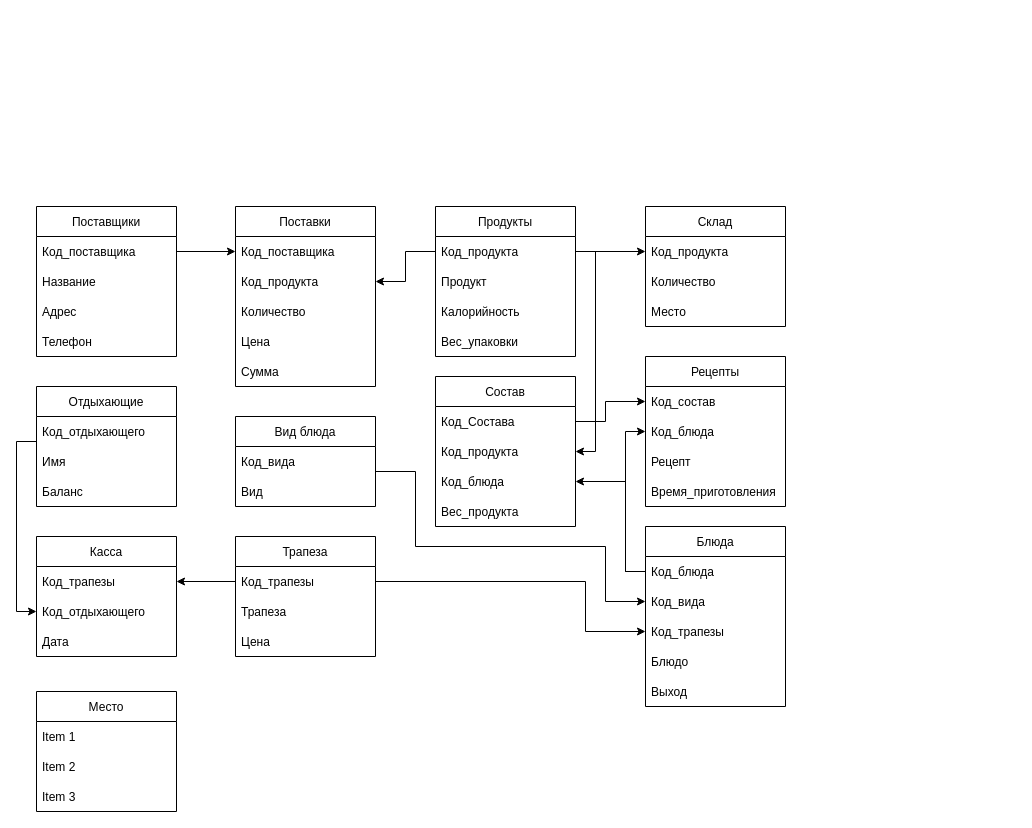
This is Untitled Diagram.drawio from lari5685/transfer, a draw.io file, before an edit. Source tidied: cells renumbered, new cells numbered last; positions are measured from the earlier drawing's top-left corner, leaving out a move shared by most shapes. Both pictures are drawn from the tidied source at 100%, with x=0, y=0 at pixel (16, 206).
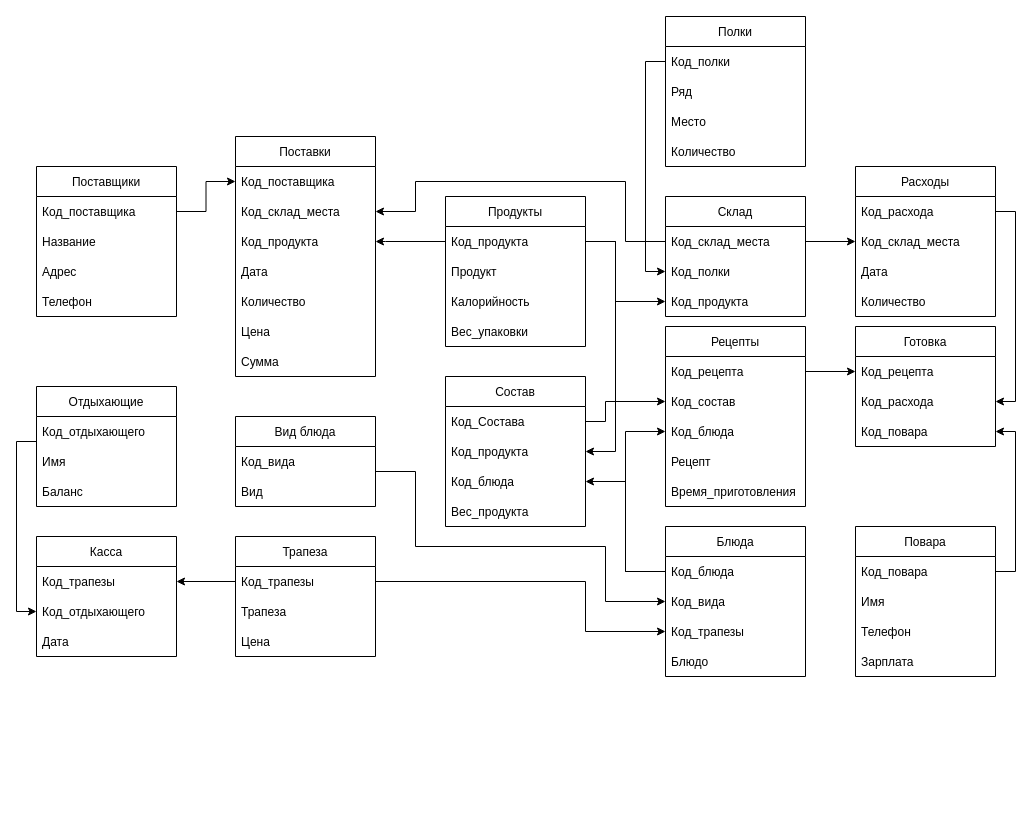
Above is the later version.

Unchanged cells that the change refers to:
```xml
<mxCell id="7" value="Код_поставщика" style="text;strokeColor=none;fillColor=none;align=left;verticalAlign=middle;spacingLeft=4;spacingRight=4;overflow=hidden;points=[[0,0.5],[1,0.5]];portConstraint=eastwest;" parent="6" vertex="1">
  <mxGeometry y="30" width="140" height="30" as="geometry" />
</mxCell>
<mxCell id="12" value="Код_поставщика" style="text;strokeColor=none;fillColor=none;align=left;verticalAlign=middle;spacingLeft=4;spacingRight=4;overflow=hidden;points=[[0,0.5],[1,0.5]];portConstraint=eastwest;" parent="11" vertex="1">
  <mxGeometry y="30" width="140" height="30" as="geometry" />
</mxCell>
<mxCell id="18" value="Код_продукта" style="text;strokeColor=none;fillColor=none;align=left;verticalAlign=middle;spacingLeft=4;spacingRight=4;overflow=hidden;points=[[0,0.5],[1,0.5]];portConstraint=eastwest;" parent="17" vertex="1">
  <mxGeometry y="30" width="140" height="30" as="geometry" />
</mxCell>
<mxCell id="49" value="Код_продукта" style="text;strokeColor=none;fillColor=none;align=left;verticalAlign=middle;spacingLeft=4;spacingRight=4;overflow=hidden;points=[[0,0.5],[1,0.5]];portConstraint=eastwest;" parent="47" vertex="1">
  <mxGeometry y="60" width="140" height="30" as="geometry" />
</mxCell>
```

The edit, as a diff of the source:
```diff
@@
     <mxCell id="2" value="Склад" style="swimlane;fontStyle=0;horizontal=1;startSize=30;" parent="1" vertex="1">
-      <mxGeometry x="629" width="140" height="120" as="geometry" />
+      <mxGeometry x="649" y="-10" width="140" height="120" as="geometry" />
     </mxCell>
+    <mxCell id="68" value="Код_склад_места" style="text;strokeColor=none;fillColor=none;align=left;verticalAlign=middle;spacingLeft=4;spacingRight=4;overflow=hidden;points=[[0,0.5],[1,0.5]];portConstraint=eastwest;" parent="2" vertex="1">
+      <mxGeometry y="30" width="140" height="30" as="geometry" />
+    </mxCell>
+    <mxCell id="69" value="Код_полки    " style="text;strokeColor=none;fillColor=none;align=left;verticalAlign=middle;spacingLeft=4;spacingRight=4;overflow=hidden;points=[[0,0.5],[1,0.5]];portConstraint=eastwest;" parent="2" vertex="1">
+      <mxGeometry y="60" width="140" height="30" as="geometry" />
+    </mxCell>
     <mxCell id="3" value="Код_продукта" style="text;strokeColor=none;fillColor=none;align=left;verticalAlign=middle;spacingLeft=4;spacingRight=4;overflow=hidden;points=[[0,0.5],[1,0.5]];portConstraint=eastwest;" parent="2" vertex="1">
-      <mxGeometry y="30" width="140" height="30" as="geometry" />
+      <mxGeometry y="90" width="140" height="30" as="geometry" />
     </mxCell>
-    <mxCell id="4" value="Количество" style="text;strokeColor=none;fillColor=none;align=left;verticalAlign=middle;spacingLeft=4;spacingRight=4;overflow=hidden;" parent="2" vertex="1">
-      <mxGeometry y="60" width="140" height="30" as="geometry" />
-    </mxCell>
-    <mxCell id="5" value="Место" style="text;strokeColor=none;fillColor=none;align=left;verticalAlign=middle;spacingLeft=4;spacingRight=4;overflow=hidden;" parent="2" vertex="1">
-      <mxGeometry y="90" width="140" height="30" as="geometry" />
-    </mxCell>
     <mxCell id="6" value="Поставщики" style="swimlane;fontStyle=0;horizontal=1;startSize=30;" parent="1" vertex="1">
-      <mxGeometry x="20" width="140" height="150" as="geometry" />
+      <mxGeometry x="20" y="-40" width="140" height="150" as="geometry" />
     </mxCell>
@@
     <mxCell id="11" value="Поставки" style="swimlane;fontStyle=0;horizontal=1;startSize=30;" parent="1" vertex="1">
-      <mxGeometry x="219" width="140" height="180" as="geometry" />
+      <mxGeometry x="219" y="-70" width="140" height="240" as="geometry" />
     </mxCell>
@@
+    <mxCell id="70" value="Код_склад_места" style="text;strokeColor=none;fillColor=none;align=left;verticalAlign=middle;spacingLeft=4;spacingRight=4;overflow=hidden;points=[[0,0.5],[1,0.5]];portConstraint=eastwest;" parent="11" vertex="1">
+      <mxGeometry y="60" width="140" height="30" as="geometry" />
+    </mxCell>
     <mxCell id="13" value="Код_продукта" style="text;strokeColor=none;fillColor=none;align=left;verticalAlign=middle;spacingLeft=4;spacingRight=4;overflow=hidden;points=[[0,0.5],[1,0.5]];portConstraint=eastwest;" parent="11" vertex="1">
-      <mxGeometry y="60" width="140" height="30" as="geometry" />
+      <mxGeometry y="90" width="140" height="30" as="geometry" />
     </mxCell>
+    <mxCell id="71" value="Дата" style="text;strokeColor=none;fillColor=none;align=left;verticalAlign=middle;spacingLeft=4;spacingRight=4;overflow=hidden;" parent="11" vertex="1">
+      <mxGeometry y="120" width="140" height="30" as="geometry" />
+    </mxCell>
     <mxCell id="14" value="Количество" style="text;strokeColor=none;fillColor=none;align=left;verticalAlign=middle;spacingLeft=4;spacingRight=4;overflow=hidden;" parent="11" vertex="1">
-      <mxGeometry y="90" width="140" height="30" as="geometry" />
+      <mxGeometry y="150" width="140" height="30" as="geometry" />
     </mxCell>
     <mxCell id="15" value="Цена" style="text;strokeColor=none;fillColor=none;align=left;verticalAlign=middle;spacingLeft=4;spacingRight=4;overflow=hidden;" parent="11" vertex="1">
-      <mxGeometry y="120" width="140" height="30" as="geometry" />
+      <mxGeometry y="180" width="140" height="30" as="geometry" />
     </mxCell>
     <mxCell id="16" value="Сумма" style="text;strokeColor=none;fillColor=none;align=left;verticalAlign=middle;spacingLeft=4;spacingRight=4;overflow=hidden;" parent="11" vertex="1">
-      <mxGeometry y="150" width="140" height="30" as="geometry" />
+      <mxGeometry y="210" width="140" height="30" as="geometry" />
     </mxCell>
     <mxCell id="17" value="Продукты" style="swimlane;fontStyle=0;horizontal=1;startSize=30;" parent="1" vertex="1">
-      <mxGeometry x="419" width="140" height="150" as="geometry" />
+      <mxGeometry x="429" y="-10" width="140" height="150" as="geometry" />
     </mxCell>
@@
     <mxCell id="22" value="Блюда" style="swimlane;fontStyle=0;horizontal=1;startSize=30;" parent="1" vertex="1">
-      <mxGeometry x="629" y="320" width="140" height="180" as="geometry" />
+      <mxGeometry x="649" y="320" width="140" height="150" as="geometry" />
     </mxCell>
@@
-    <mxCell id="27" value="Выход" style="text;strokeColor=none;fillColor=none;align=left;verticalAlign=middle;spacingLeft=4;spacingRight=4;overflow=hidden;" parent="22" vertex="1">
-      <mxGeometry y="150" width="140" height="30" as="geometry" />
-    </mxCell>
@@
     <mxCell id="32" value="Рецепты" style="swimlane;fontStyle=0;horizontal=1;startSize=30;" parent="1" vertex="1">
-      <mxGeometry x="629" y="150" width="140" height="150" as="geometry" />
+      <mxGeometry x="649" y="120" width="140" height="180" as="geometry" />
     </mxCell>
+    <mxCell id="72" value="Код_рецепта" style="text;strokeColor=none;fillColor=none;align=left;verticalAlign=middle;spacingLeft=4;spacingRight=4;overflow=hidden;points=[[0,0.5],[1,0.5]];portConstraint=eastwest;" parent="32" vertex="1">
+      <mxGeometry y="30" width="140" height="30" as="geometry" />
+    </mxCell>
     <mxCell id="33" value="Код_состав" style="text;strokeColor=none;fillColor=none;align=left;verticalAlign=middle;spacingLeft=4;spacingRight=4;overflow=hidden;points=[[0,0.5],[1,0.5]];portConstraint=eastwest;" parent="32" vertex="1">
-      <mxGeometry y="30" width="140" height="30" as="geometry" />
+      <mxGeometry y="60" width="140" height="30" as="geometry" />
     </mxCell>
     <mxCell id="34" value="Код_блюда" style="text;strokeColor=none;fillColor=none;align=left;verticalAlign=middle;spacingLeft=4;spacingRight=4;overflow=hidden;points=[[0,0.5],[1,0.5]];portConstraint=eastwest;" parent="32" vertex="1">
-      <mxGeometry y="60" width="140" height="30" as="geometry" />
+      <mxGeometry y="90" width="140" height="30" as="geometry" />
     </mxCell>
     <mxCell id="35" value="Рецепт" style="text;strokeColor=none;fillColor=none;align=left;verticalAlign=middle;spacingLeft=4;spacingRight=4;overflow=hidden;" parent="32" vertex="1">
-      <mxGeometry y="90" width="140" height="30" as="geometry" />
+      <mxGeometry y="120" width="140" height="30" as="geometry" />
     </mxCell>
     <mxCell id="36" value="Время_приготовления" style="text;strokeColor=none;fillColor=none;align=left;verticalAlign=middle;spacingLeft=4;spacingRight=4;overflow=hidden;" parent="32" vertex="1">
-      <mxGeometry y="120" width="140" height="30" as="geometry" />
+      <mxGeometry y="150" width="140" height="30" as="geometry" />
     </mxCell>
@@
-    <mxCell id="44" style="edgeStyle=orthogonalEdgeStyle;rounded=0;jettySize=auto;html=1;exitX=1;exitY=0.5;exitDx=0;exitDy=0;entryX=0;entryY=0.25;entryDx=0;entryDy=0;" parent="1" edge="1" source="7" target="11">
+    <mxCell id="44" style="edgeStyle=orthogonalEdgeStyle;rounded=0;jettySize=auto;html=1;exitX=1;exitY=0.5;exitDx=0;exitDy=0;entryX=0;entryY=0.5;entryDx=0;entryDy=0;" parent="1" edge="1" source="7" target="12">
       <mxGeometry relative="1" as="geometry" />
     </mxCell>
     <mxCell id="45" style="edgeStyle=orthogonalEdgeStyle;rounded=0;jettySize=auto;html=1;exitX=0;exitY=0.5;exitDx=0;exitDy=0;entryX=1;entryY=0.5;entryDx=0;entryDy=0;" parent="1" edge="1" source="18" target="13">
-      <mxGeometry relative="1" as="geometry" />
+      <mxGeometry relative="1" as="geometry">
+        <Array as="points">
+          <mxPoint x="369" y="35" />
+          <mxPoint x="369" y="35" />
+        </Array>
+      </mxGeometry>
     </mxCell>
     <mxCell id="46" style="edgeStyle=orthogonalEdgeStyle;rounded=0;jettySize=auto;html=1;exitX=1;exitY=0.5;exitDx=0;exitDy=0;entryX=0;entryY=0.5;entryDx=0;entryDy=0;" parent="1" edge="1" source="18" target="3">
-      <mxGeometry relative="1" as="geometry" />
+      <mxGeometry relative="1" as="geometry">
+        <Array as="points">
+          <mxPoint x="599" y="35" />
+          <mxPoint x="599" y="95" />
+        </Array>
+      </mxGeometry>
     </mxCell>
     <mxCell id="47" value="Состав" style="swimlane;fontStyle=0;horizontal=1;startSize=30;" parent="1" vertex="1">
-      <mxGeometry x="419" y="170" width="140" height="150" as="geometry" />
+      <mxGeometry x="429" y="170" width="140" height="150" as="geometry" />
     </mxCell>
@@
     <mxCell id="55" style="edgeStyle=orthogonalEdgeStyle;rounded=0;jettySize=auto;html=1;exitX=1;exitY=0.5;exitDx=0;exitDy=0;entryX=1;entryY=0.5;entryDx=0;entryDy=0;" parent="1" edge="1" source="18" target="49">
-      <mxGeometry relative="1" as="geometry" />
+      <mxGeometry relative="1" as="geometry">
+        <Array as="points">
+          <mxPoint x="599" y="35" />
+          <mxPoint x="599" y="245" />
+        </Array>
+      </mxGeometry>
     </mxCell>
@@
-    <mxCell id="64" value="Место" style="swimlane;fontStyle=0;horizontal=1;startSize=30;" parent="1" vertex="1">
-      <mxGeometry x="20" y="485" width="140" height="120" as="geometry" />
+    <mxCell id="64" value="Полки" style="swimlane;fontStyle=0;horizontal=1;startSize=30;" parent="1" vertex="1">
+      <mxGeometry x="649" y="-190" width="140" height="150" as="geometry" />
     </mxCell>
-    <mxCell id="65" value="Item 1" style="text;strokeColor=none;fillColor=none;align=left;verticalAlign=middle;spacingLeft=4;spacingRight=4;overflow=hidden;points=[[0,0.5],[1,0.5]];portConstraint=eastwest;" parent="64" vertex="1">
+    <mxCell id="65" value="Код_полки    " style="text;strokeColor=none;fillColor=none;align=left;verticalAlign=middle;spacingLeft=4;spacingRight=4;overflow=hidden;points=[[0,0.5],[1,0.5]];portConstraint=eastwest;" parent="64" vertex="1">
       <mxGeometry y="30" width="140" height="30" as="geometry" />
     </mxCell>
-    <mxCell id="66" value="Item 2" style="text;strokeColor=none;fillColor=none;align=left;verticalAlign=middle;spacingLeft=4;spacingRight=4;overflow=hidden;" parent="64" vertex="1">
+    <mxCell id="66" value="Ряд" style="text;strokeColor=none;fillColor=none;align=left;verticalAlign=middle;spacingLeft=4;spacingRight=4;overflow=hidden;" parent="64" vertex="1">
       <mxGeometry y="60" width="140" height="30" as="geometry" />
     </mxCell>
-    <mxCell id="67" value="Item 3" style="text;strokeColor=none;fillColor=none;align=left;verticalAlign=middle;spacingLeft=4;spacingRight=4;overflow=hidden;" parent="64" vertex="1">
+    <mxCell id="67" value="Место" style="text;strokeColor=none;fillColor=none;align=left;verticalAlign=middle;spacingLeft=4;spacingRight=4;overflow=hidden;" parent="64" vertex="1">
       <mxGeometry y="90" width="140" height="30" as="geometry" />
     </mxCell>
+    <mxCell id="4" value="Количество" style="text;strokeColor=none;fillColor=none;align=left;verticalAlign=middle;spacingLeft=4;spacingRight=4;overflow=hidden;" parent="64" vertex="1">
+      <mxGeometry y="120" width="140" height="30" as="geometry" />
+    </mxCell>
+    <mxCell id="73" value="Готовка" style="swimlane;fontStyle=0;horizontal=1;startSize=30;" parent="1" vertex="1">
+      <mxGeometry x="839" y="120" width="140" height="120" as="geometry" />
+    </mxCell>
+    <mxCell id="74" value="Код_рецепта" style="text;strokeColor=none;fillColor=none;align=left;verticalAlign=middle;spacingLeft=4;spacingRight=4;overflow=hidden;points=[[0,0.5],[1,0.5]];portConstraint=eastwest;" parent="73" vertex="1">
+      <mxGeometry y="30" width="140" height="30" as="geometry" />
+    </mxCell>
+    <mxCell id="75" value="Код_расхода" style="text;strokeColor=none;fillColor=none;align=left;verticalAlign=middle;spacingLeft=4;spacingRight=4;overflow=hidden;points=[[0,0.5],[1,0.5]];portConstraint=eastwest;" parent="73" vertex="1">
+      <mxGeometry y="60" width="140" height="30" as="geometry" />
+    </mxCell>
+    <mxCell id="76" value="Код_повара" style="text;strokeColor=none;fillColor=none;align=left;verticalAlign=middle;spacingLeft=4;spacingRight=4;overflow=hidden;points=[[0,0.5],[1,0.5]];portConstraint=eastwest;" parent="73" vertex="1">
+      <mxGeometry y="90" width="140" height="30" as="geometry" />
+    </mxCell>
+    <mxCell id="77" value="Повара" style="swimlane;fontStyle=0;horizontal=1;startSize=30;" parent="1" vertex="1">
+      <mxGeometry x="839" y="320" width="140" height="150" as="geometry" />
+    </mxCell>
+    <mxCell id="78" value="Код_повара" style="text;strokeColor=none;fillColor=none;align=left;verticalAlign=middle;spacingLeft=4;spacingRight=4;overflow=hidden;points=[[0,0.5],[1,0.5]];portConstraint=eastwest;" parent="77" vertex="1">
+      <mxGeometry y="30" width="140" height="30" as="geometry" />
+    </mxCell>
+    <mxCell id="79" value="Имя" style="text;strokeColor=none;fillColor=none;align=left;verticalAlign=middle;spacingLeft=4;spacingRight=4;overflow=hidden;" parent="77" vertex="1">
+      <mxGeometry y="60" width="140" height="30" as="geometry" />
+    </mxCell>
+    <mxCell id="80" value="Телефон" style="text;strokeColor=none;fillColor=none;align=left;verticalAlign=middle;spacingLeft=4;spacingRight=4;overflow=hidden;" parent="77" vertex="1">
+      <mxGeometry y="90" width="140" height="30" as="geometry" />
+    </mxCell>
+    <mxCell id="81" value="Зарплата" style="text;strokeColor=none;fillColor=none;align=left;verticalAlign=middle;spacingLeft=4;spacingRight=4;overflow=hidden;" parent="77" vertex="1">
+      <mxGeometry y="120" width="140" height="30" as="geometry" />
+    </mxCell>
+    <mxCell id="82" style="edgeStyle=orthogonalEdgeStyle;rounded=0;jettySize=auto;html=1;exitX=1;exitY=0.5;exitDx=0;exitDy=0;entryX=1;entryY=0.5;entryDx=0;entryDy=0;" parent="1" edge="1" source="78" target="76">
+      <mxGeometry relative="1" as="geometry" />
+    </mxCell>
+    <mxCell id="83" style="edgeStyle=orthogonalEdgeStyle;rounded=0;jettySize=auto;html=1;exitX=1;exitY=0.5;exitDx=0;exitDy=0;entryX=0;entryY=0.5;entryDx=0;entryDy=0;" parent="1" edge="1" source="72" target="74">
+      <mxGeometry relative="1" as="geometry" />
+    </mxCell>
+    <mxCell id="84" value="Расходы" style="swimlane;fontStyle=0;horizontal=1;startSize=30;" parent="1" vertex="1">
+      <mxGeometry x="839" y="-40" width="140" height="150" as="geometry" />
+    </mxCell>
+    <mxCell id="85" value="Код_расхода" style="text;strokeColor=none;fillColor=none;align=left;verticalAlign=middle;spacingLeft=4;spacingRight=4;overflow=hidden;points=[[0,0.5],[1,0.5]];portConstraint=eastwest;" parent="84" vertex="1">
+      <mxGeometry y="30" width="140" height="30" as="geometry" />
+    </mxCell>
+    <mxCell id="86" value="Код_склад_места" style="text;strokeColor=none;fillColor=none;align=left;verticalAlign=middle;spacingLeft=4;spacingRight=4;overflow=hidden;points=[[0,0.5],[1,0.5]];portConstraint=eastwest;" parent="84" vertex="1">
+      <mxGeometry y="60" width="140" height="30" as="geometry" />
+    </mxCell>
+    <mxCell id="87" value="Дата" style="text;strokeColor=none;fillColor=none;align=left;verticalAlign=middle;spacingLeft=4;spacingRight=4;overflow=hidden;" parent="84" vertex="1">
+      <mxGeometry y="90" width="140" height="30" as="geometry" />
+    </mxCell>
+    <mxCell id="88" value="Количество" style="text;strokeColor=none;fillColor=none;align=left;verticalAlign=middle;spacingLeft=4;spacingRight=4;overflow=hidden;" parent="84" vertex="1">
+      <mxGeometry y="120" width="140" height="30" as="geometry" />
+    </mxCell>
+    <mxCell id="89" style="edgeStyle=orthogonalEdgeStyle;rounded=0;jettySize=auto;html=1;exitX=1;exitY=0.5;exitDx=0;exitDy=0;entryX=0;entryY=0.5;entryDx=0;entryDy=0;" parent="1" edge="1" source="68" target="86">
+      <mxGeometry relative="1" as="geometry" />
+    </mxCell>
+    <mxCell id="90" style="edgeStyle=orthogonalEdgeStyle;rounded=0;jettySize=auto;html=1;exitX=1;exitY=0.5;exitDx=0;exitDy=0;entryX=1;entryY=0.5;entryDx=0;entryDy=0;" parent="1" edge="1" source="85" target="75">
+      <mxGeometry relative="1" as="geometry" />
+    </mxCell>
+    <mxCell id="91" style="edgeStyle=orthogonalEdgeStyle;rounded=0;jettySize=auto;html=1;exitX=0;exitY=0.5;exitDx=0;exitDy=0;entryX=1;entryY=0.5;entryDx=0;entryDy=0;" parent="1" edge="1" source="68" target="70">
+      <mxGeometry relative="1" as="geometry">
+        <Array as="points">
+          <mxPoint x="609" y="35" />
+          <mxPoint x="609" y="-25" />
+          <mxPoint x="399" y="-25" />
+          <mxPoint x="399" y="5" />
+        </Array>
+      </mxGeometry>
+    </mxCell>
+    <mxCell id="92" style="edgeStyle=orthogonalEdgeStyle;rounded=0;jettySize=auto;html=1;exitX=0;exitY=0.5;exitDx=0;exitDy=0;entryX=0;entryY=0.5;entryDx=0;entryDy=0;" parent="1" edge="1" source="65" target="69">
+      <mxGeometry relative="1" as="geometry" />
+    </mxCell>
```
